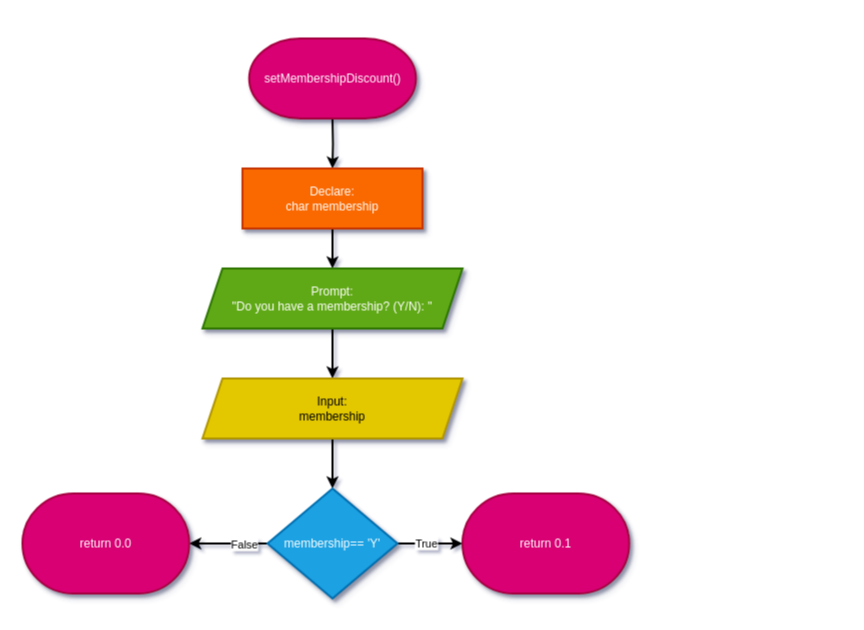
shahxvi/csc126-group-project keeps this draw.io diagram as Flowcharts (draw.io)/21. setMembershipDiscount.drawio. Above is the earlier version. Source tidied: cells renumbered, new cells numbered last; positions are measured from the earlier drawing's top-left corner, leaving out a move shared by most shapes. Both pictures are drawn from the tidied source at 100%, with x=0, y=0 at pixel (22, 38).
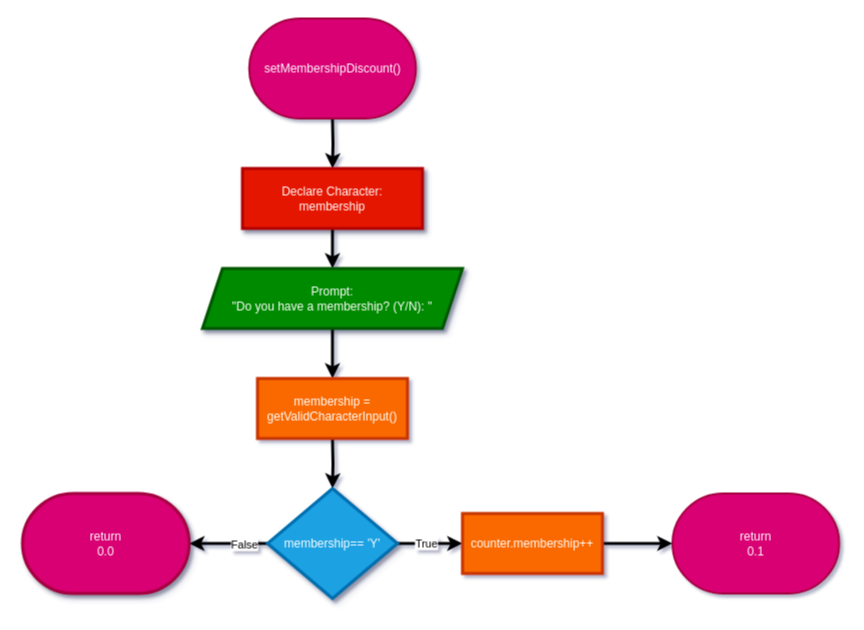
The same page after the edit.

Diff of the diagram source:
```diff
@@
-    <mxCell id="2" style="edgeStyle=orthogonalEdgeStyle;rounded=0;jettySize=auto;html=1;textShadow=0;strokeWidth=2;" parent="1" edge="1" target="4">
+    <mxCell id="2" style="edgeStyle=orthogonalEdgeStyle;rounded=0;jettySize=auto;html=1;textShadow=0;strokeWidth=3;" parent="1" edge="1" target="4">
       <mxGeometry relative="1" as="geometry">
         <mxPoint x="310" y="80" as="sourcePoint" />
       </mxGeometry>
     </mxCell>
-    <mxCell id="3" style="edgeStyle=orthogonalEdgeStyle;rounded=0;jettySize=auto;html=1;textShadow=0;strokeWidth=2;" parent="1" edge="1" source="4" target="6">
+    <mxCell id="3" style="edgeStyle=orthogonalEdgeStyle;rounded=0;jettySize=auto;html=1;textShadow=0;strokeWidth=3;" parent="1" edge="1" source="4" target="6">
       <mxGeometry relative="1" as="geometry" />
     </mxCell>
-    <mxCell id="4" value="Declare:&lt;div&gt;char membership&lt;/div&gt;" style="whiteSpace=wrap;html=1;strokeWidth=2;fillColor=#fa6800;fontColor=#FFFFFF;strokeColor=#C73500;textShadow=0;shadow=1;" parent="1" vertex="1">
+    <mxCell id="4" value="Declare Character:&lt;br&gt;membership" style="whiteSpace=wrap;html=1;strokeWidth=3;fillColor=#e51400;fontColor=#ffffff;strokeColor=#B20000;textShadow=0;shadow=1;" parent="1" vertex="1">
       <mxGeometry x="220" y="130" width="180" height="60" as="geometry" />
     </mxCell>
-    <mxCell id="5" style="edgeStyle=orthogonalEdgeStyle;rounded=0;jettySize=auto;html=1;textShadow=0;strokeWidth=2;" parent="1" edge="1" source="6" target="8">
-      <mxGeometry relative="1" as="geometry" />
+    <mxCell id="5" style="edgeStyle=orthogonalEdgeStyle;rounded=0;jettySize=auto;html=1;textShadow=0;strokeWidth=3;" parent="1" edge="1" source="6">
+      <mxGeometry relative="1" as="geometry">
+        <mxPoint x="310" y="340" as="targetPoint" />
+      </mxGeometry>
     </mxCell>
-    <mxCell id="6" value="Prompt:&lt;div&gt;&quot;Do you have a membership? (Y/N): &quot;&lt;/div&gt;" style="shape=parallelogram;perimeter=parallelogramPerimeter;whiteSpace=wrap;html=1;fixedSize=1;fillColor=#60a917;strokeColor=#2D7600;fontColor=#ffffff;strokeWidth=2;textShadow=0;shadow=1;" parent="1" vertex="1">
+    <mxCell id="6" value="&lt;font style=&quot;color: rgb(255, 255, 255);&quot;&gt;Prompt:&lt;/font&gt;&lt;div&gt;&lt;font style=&quot;color: rgb(255, 255, 255);&quot;&gt;&quot;Do you have a membership? (Y/N): &quot;&lt;/font&gt;&lt;/div&gt;" style="shape=parallelogram;perimeter=parallelogramPerimeter;whiteSpace=wrap;html=1;fixedSize=1;fillColor=#008a00;strokeColor=#005700;fontColor=#ffffff;strokeWidth=3;textShadow=0;shadow=1;" parent="1" vertex="1">
       <mxGeometry x="180" y="230" width="260" height="60" as="geometry" />
     </mxCell>
-    <mxCell id="7" style="edgeStyle=orthogonalEdgeStyle;rounded=0;jettySize=auto;html=1;textShadow=0;strokeWidth=2;" parent="1" edge="1" source="8" target="13">
-      <mxGeometry relative="1" as="geometry" />
+    <mxCell id="7" style="edgeStyle=orthogonalEdgeStyle;rounded=0;jettySize=auto;html=1;textShadow=0;strokeWidth=3;" parent="1" edge="1" target="13">
+      <mxGeometry relative="1" as="geometry">
+        <mxPoint x="310" y="400" as="sourcePoint" />
+      </mxGeometry>
     </mxCell>
-    <mxCell id="8" value="Input:&lt;div&gt;membership&lt;/div&gt;" style="shape=parallelogram;perimeter=parallelogramPerimeter;whiteSpace=wrap;html=1;fixedSize=1;fillColor=#E3C800;strokeColor=#B09500;fontColor=default;strokeWidth=2;align=center;verticalAlign=middle;fontFamily=Helvetica;fontSize=12;textShadow=0;shadow=1;" parent="1" vertex="1">
-      <mxGeometry x="180" y="340" width="260" height="60" as="geometry" />
-    </mxCell>
-    <mxCell id="9" style="edgeStyle=orthogonalEdgeStyle;rounded=0;jettySize=auto;html=1;textShadow=0;strokeWidth=2;" parent="1" edge="1" source="13">
+    <mxCell id="9" style="edgeStyle=orthogonalEdgeStyle;rounded=0;jettySize=auto;html=1;textShadow=0;strokeWidth=3;" parent="1" edge="1" source="13">
       <mxGeometry relative="1" as="geometry">
         <mxPoint x="440" y="505" as="targetPoint" />
       </mxGeometry>
     </mxCell>
@@
-    <mxCell id="11" style="edgeStyle=orthogonalEdgeStyle;rounded=0;jettySize=auto;html=1;textShadow=0;entryX=1;entryY=0.5;entryDx=0;entryDy=0;entryPerimeter=0;strokeWidth=2;" parent="1" edge="1" source="13" target="16">
+    <mxCell id="11" style="edgeStyle=orthogonalEdgeStyle;rounded=0;jettySize=auto;html=1;textShadow=0;entryX=1;entryY=0.5;entryDx=0;entryDy=0;entryPerimeter=0;strokeWidth=3;" parent="1" edge="1" source="13" target="16">
       <mxGeometry relative="1" as="geometry" />
     </mxCell>
@@
-    <mxCell id="13" value="membership== 'Y'" style="rhombus;whiteSpace=wrap;html=1;fillColor=#1ba1e2;strokeColor=#006EAF;strokeWidth=2;fontColor=#ffffff;textShadow=0;shadow=1;" parent="1" vertex="1">
+    <mxCell id="13" value="membership== 'Y'" style="rhombus;whiteSpace=wrap;html=1;fillColor=#1ba1e2;strokeColor=#006EAF;strokeWidth=3;fontColor=#ffffff;textShadow=0;shadow=1;" parent="1" vertex="1">
       <mxGeometry x="245" y="450" width="130" height="110" as="geometry" />
     </mxCell>
+    <mxCell id="16" value="&lt;span style=&quot;color: rgb(255, 255, 255);&quot;&gt;return&lt;br&gt;0.0&lt;/span&gt;" style="strokeWidth=3;html=1;shape=mxgraph.flowchart.terminator;whiteSpace=wrap;fillColor=#d80073;fontColor=#ffffff;strokeColor=#A50040;shadow=1;" parent="1" vertex="1">
+      <mxGeometry y="455" width="166.7" height="100" as="geometry" />
+    </mxCell>
+    <mxCell id="17" value="&lt;font style=&quot;color: rgb(255, 255, 255);&quot;&gt;membership =&lt;br&gt;getValidCharacterInput()&lt;/font&gt;" style="whiteSpace=wrap;html=1;fillColor=#fa6800;fontColor=#000000;strokeColor=#C73500;strokeWidth=3;" parent="1" vertex="1">
+      <mxGeometry x="235" y="340" width="150" height="60" as="geometry" />
+    </mxCell>
+    <mxCell id="18" style="edgeStyle=none;html=1;strokeWidth=3;" parent="1" edge="1" source="19" target="15">
+      <mxGeometry relative="1" as="geometry" />
+    </mxCell>
+    <mxCell id="19" value="&lt;font style=&quot;color: rgb(255, 255, 255);&quot;&gt;counter.membership++&lt;/font&gt;" style="whiteSpace=wrap;html=1;fillColor=#fa6800;fontColor=#000000;strokeColor=#C73500;strokeWidth=3;" parent="1" vertex="1">
+      <mxGeometry x="440" y="475" width="140" height="60" as="geometry" />
+    </mxCell>
-    <mxCell id="14" value="&lt;span style=&quot;color: rgb(255, 255, 255);&quot;&gt;setMembershipDiscount()&lt;/span&gt;" style="strokeWidth=2;html=1;shape=mxgraph.flowchart.terminator;whiteSpace=wrap;fillColor=#d80073;fontColor=#ffffff;strokeColor=#A50040;shadow=1;" parent="1" vertex="1">
-      <mxGeometry x="226.7" width="166.7" height="80" as="geometry" />
+    <mxCell id="14" value="setMembershipDiscount()" style="strokeWidth=2;html=1;shape=mxgraph.flowchart.terminator;whiteSpace=wrap;fillColor=#d80073;fontColor=#ffffff;strokeColor=#A50040;" parent="1" vertex="1">
+      <mxGeometry x="226.7" y="-20" width="166.7" height="100" as="geometry" />
     </mxCell>
-    <mxCell id="15" value="&lt;span style=&quot;color: rgb(255, 255, 255);&quot;&gt;return 0.1&lt;/span&gt;" style="strokeWidth=2;html=1;shape=mxgraph.flowchart.terminator;whiteSpace=wrap;fillColor=#d80073;fontColor=#ffffff;strokeColor=#A50040;shadow=1;" parent="1" vertex="1">
-      <mxGeometry x="440" y="455" width="166.7" height="100" as="geometry" />
+    <mxCell id="15" value="return&lt;br&gt;0.1" style="strokeWidth=2;html=1;shape=mxgraph.flowchart.terminator;whiteSpace=wrap;fillColor=#d80073;fontColor=#ffffff;strokeColor=#A50040;" parent="1" vertex="1">
+      <mxGeometry x="650" y="455" width="166.7" height="100" as="geometry" />
     </mxCell>
-    <mxCell id="16" value="&lt;span style=&quot;color: rgb(255, 255, 255);&quot;&gt;return 0.0&lt;/span&gt;" style="strokeWidth=2;html=1;shape=mxgraph.flowchart.terminator;whiteSpace=wrap;fillColor=#d80073;fontColor=#ffffff;strokeColor=#A50040;shadow=1;" parent="1" vertex="1">
-      <mxGeometry y="455" width="166.7" height="100" as="geometry" />
-    </mxCell>
```
